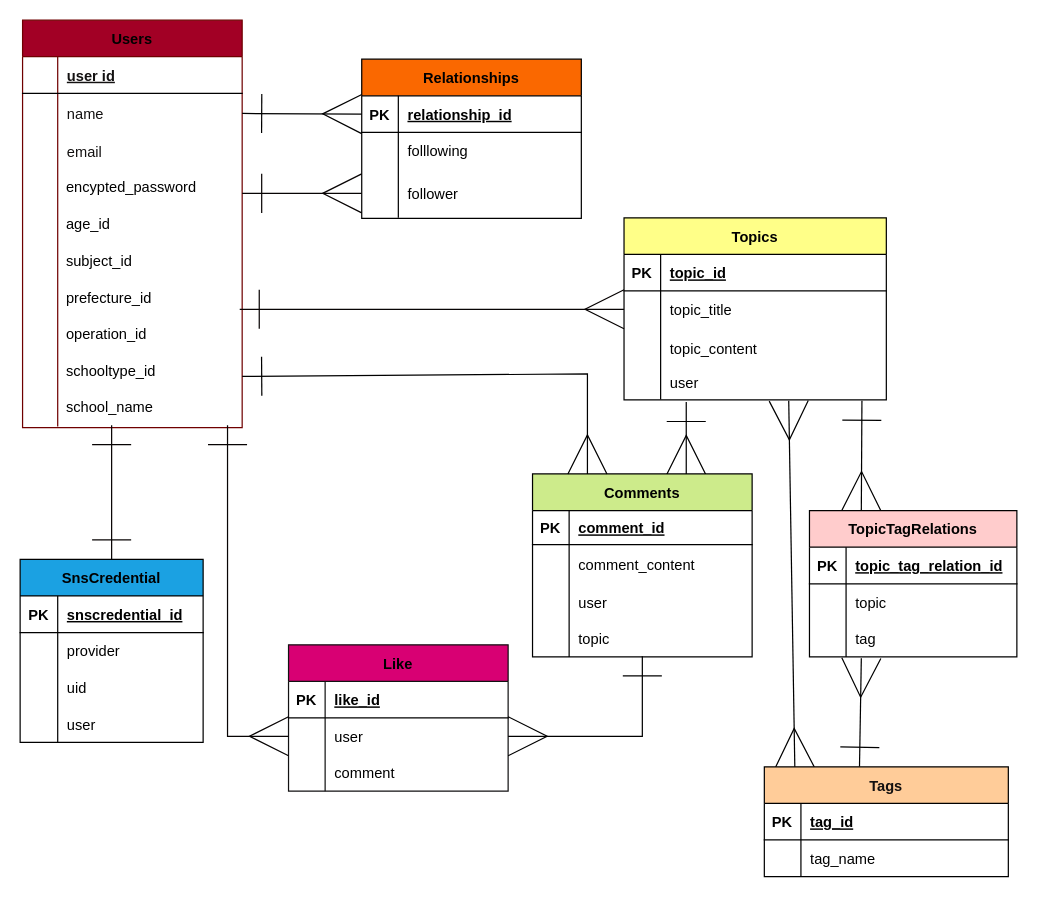
Before: teachertalk.dio in mispica/teacher_talk, a draw.io diagram. Source tidied: cells renumbered, new cells numbered last; positions are measured from the earlier drawing's top-left corner, leaving out a move shared by most shapes. Both pictures are drawn from the tidied source at 122%, with x=0, y=0 at pixel (20, 20).
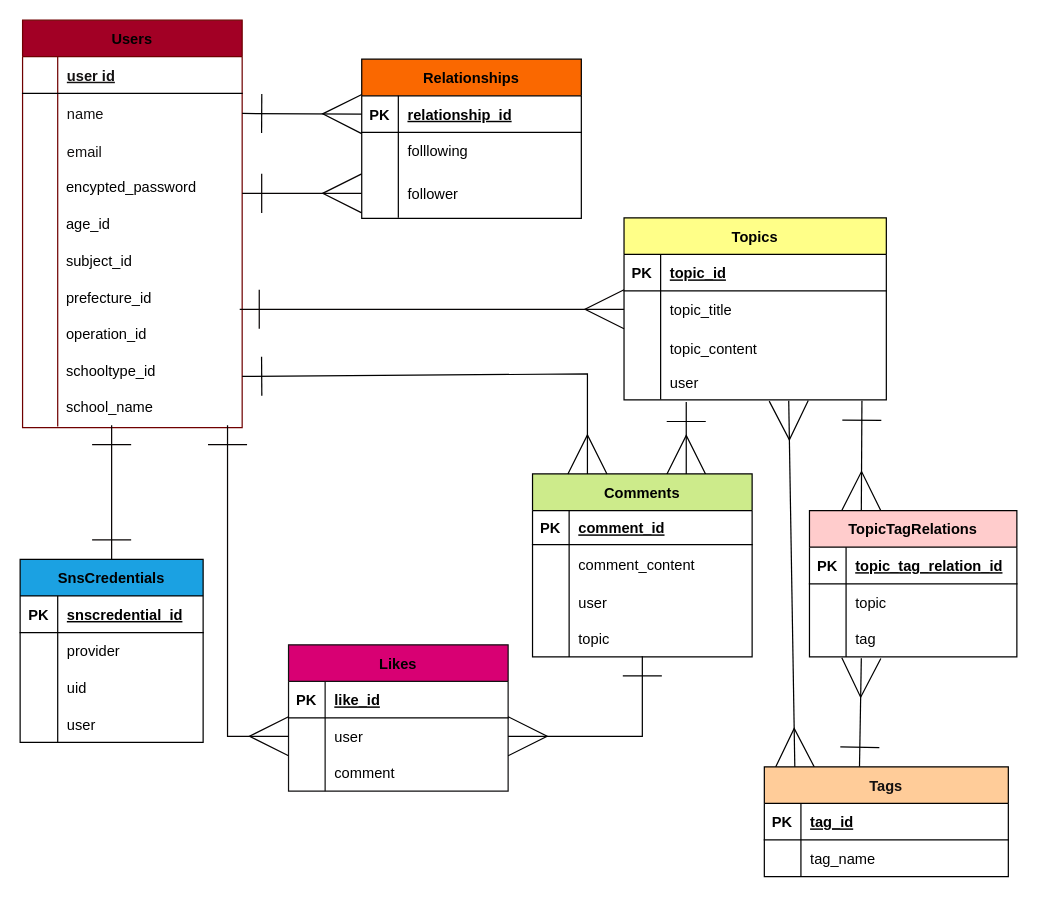
The same page after the edit.

Change to the diagram source:
```diff
@@
-    <mxCell id="16" value="SnsCredential" style="shape=table;startSize=30;childLayout=tableLayout;rowLines=0;fontStyle=1;align=center;rounded=0;fontColor=#000000;fillColor=#1ba1e2;strokeColor=#000000;" parent="1" vertex="1">
+    <mxCell id="16" value="SnsCredentials" style="shape=table;startSize=30;childLayout=tableLayout;rowLines=0;fontStyle=1;align=center;rounded=0;fontColor=#000000;fillColor=#1ba1e2;strokeColor=#000000;" parent="1" vertex="1">
       <mxGeometry y="442" width="150" height="150" as="geometry" />
     </mxCell>
@@
-    <mxCell id="69" value="Like" style="shape=table;startSize=30;childLayout=tableLayout;rowLines=0;fontStyle=1;align=center;rounded=0;fontColor=#000000;fillColor=#d80073;strokeColor=#121112;" parent="1" vertex="1">
+    <mxCell id="69" value="Likes" style="shape=table;startSize=30;childLayout=tableLayout;rowLines=0;fontStyle=1;align=center;rounded=0;fontColor=#000000;fillColor=#d80073;strokeColor=#121112;" parent="1" vertex="1">
       <mxGeometry x="220" y="512" width="180" height="120" as="geometry" />
     </mxCell>
```
